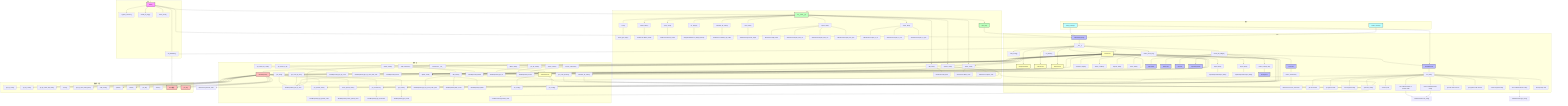
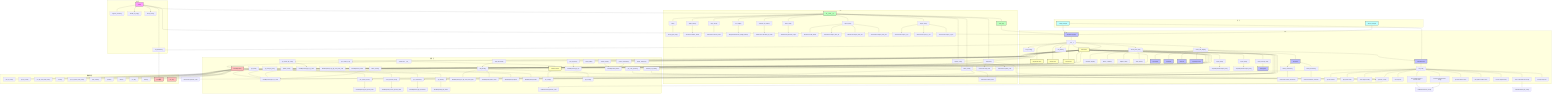
flowchart TD
    subgraph 主入口
        main["main()"] --> init_database["init_database()"]
        main --> register_services["register_services()"]
        main --> handle_cli_args["handle_cli_args()"]
        main --> show_menu["show_menu()"]
    end

    subgraph GUI
        VMTOOLPyQtApp["VMTOOLPyQtApp"] --> __init__["__init__()"]
        __init__ --> load_config["load_config()"]
        __init__ --> create_menu_bar["create_menu_bar()"]
        __init__ --> init_database
        __init__ --> DictService
        __init__ --> WeightCalculator
        __init__ --> FilterService
        __init__ --> StatsService
        __init__ --> set_theme["set_theme()"]
        __init__ --> create_tab_widget["create_tab_widget()"]

        create_menu_bar --> import_data["import_data()"]
        create_menu_bar --> export_data["export_data()"]
        create_menu_bar --> calculate_weight["calculate_weight()"]
        create_menu_bar --> detect_conflicts["detect_conflicts()"]
        create_menu_bar --> migrate_data["migrate_data()"]
        create_menu_bar --> show_about["show_about()"]

        import_data --> ImportExportTab.import_data["ImportExportTab.import_data()"]
        export_data --> ImportExportTab.export_data["ImportExportTab.export_data()"]

        create_tab_widget --> CharsTab["CharsTab"]
        create_tab_widget --> SpecialTab["SpecialTab"]
        create_tab_widget --> WordsTab["WordsTab"]
        create_tab_widget --> StatsTab["StatsTab"]
        create_tab_widget --> ImportExportTab["ImportExportTab"]
        create_tab_widget --> CodeRulesTab["CodeRulesTab"]
        create_tab_widget --> create_settings_tab["create_settings_tab()"]
        create_settings_tab --> SettingsTab["SettingsTab"]

        CharsTab --> search_characters_gui["search_characters()"]
        search_characters_gui --> DictService.search_characters
+ 
+         CharsTab --> delete_character_gui["delete_character()"]
+         delete_character_gui --> DictService.delete_character

        CodeRulesTab --> test_rule["test_rule()"]
        test_rule --> get_rule_content["get rule content"]
        test_rule --> get_python_mode["get python mode"]
        test_rule --> save_original_config["save original config"]
        test_rule --> save_codegen_config["save CodeGenerator config"]
        test_rule --> set_temp_rule["set temp rule"]
        test_rule --> set_codegen_custom["set CodeGenerator to custom mode"]
        test_rule --> generate_code["generate_code()"]
        test_rule --> get_rule_name["get rule name from UI"]
        test_rule --> get_ui_python_mode["get python mode from UI"]
        test_rule --> restore_original_config["restore original config"]
        test_rule --> restore_codegen_config["restore CodeGenerator config"]
        test_rule --> cleanup_temp_rule["cleanup temp rule"]
    end

    subgraph CLI
        CLI_Main["cli/__main__.py"] --> main_cli["main()"]
        main_cli --> show_typer_help["show_typer_help()"]

        CLI_Main --> add_word["add_word()"]
        CLI_Main --> delete_word["delete_word()"]
        CLI_Main --> delete_batch["delete_batch()"]
        CLI_Main --> query_word["query_word()"]
        CLI_Main --> set_weight["set_weight()"]
        CLI_Main --> replace_code["replace_code()"]
        CLI_Main --> calculate_all_codes_cli["calculate_all_codes()"]
        CLI_Main --> show_stats["show_stats()"]
        CLI_Main --> import_data_cli["import_data()"]
        CLI_Main --> export_data_cli["export_data()"]
        CLI_Main --> start_gui["start_gui()"]

        add_word --> DictService.add_word
        delete_word --> DictService.delete_word
        delete_batch --> DictService.delete_words
        query_word --> DictService.search_words
        set_weight --> WeightCalculator.set_weight_directly
        replace_code --> DictService.replace_code
        calculate_all_codes_cli --> DictService.calculate_all_codes
        show_stats --> StatsService.generate_report
        import_data_cli --> DictService.add_words
        import_data_cli --> FilterService.import_from_txt
        import_data_cli --> FilterService.import_from_csv
        import_data_cli --> FilterService.import_from_json
        export_data_cli --> FilterService.export_to_txt
        export_data_cli --> FilterService.export_to_csv
        export_data_cli --> FilterService.export_to_json
        start_gui --> VMTOOLPyQtApp
    end

    subgraph 服务层
        DictService["DictService"] --> __init__["__init__()"]
        DictService.__init__ --> WordRepository
        DictService.__init__ --> CodeGenerator

        DictService --> get_word["get_word()"]
        get_word --> WordRepository.get_by_word

        DictService --> get_word_by_text["get_word_by_text()"]
        get_word_by_text --> WordRepository.get_by_word

        DictService --> get_word_by_id["get_word_by_id()"]

        DictService --> get_words_by_code["get_words_by_code()"]
        get_words_by_code --> WordRepository.get_by_code

        DictService --> get_special_chars["get_special_chars()"]
        get_special_chars --> WordRepository.get_special_chars

        DictService --> count_special_chars["count_special_chars()"]
        count_special_chars --> WordRepository.count_special_chars

        DictService --> get_characters["get_characters()"]
        get_characters --> WordRepository.get_characters

        DictService --> get_words["get_words()"]
        get_words --> WordRepository.get_words

        DictService --> add_word["add_word()"]
        add_word --> generate_code["generate_code()"]
        generate_code --> CodeGenerator.generate_code
        add_word --> WordRepository.get_by_word_and_code
        add_word --> WordRepository.create

        DictService --> add_words["add_words()"]
        add_words --> generate_code
        add_words --> WordRepository.get_by_word_code_pairs
        add_words --> WordRepository.bulk_create

        DictService --> add_characters["add_characters()"]
        add_characters --> add_words

        DictService --> update_word["update_word()"]
        update_word --> WordRepository.get_by_word
        update_word --> WordRepository.update

        DictService --> delete_word["delete_word()"]
        delete_word --> WordRepository.get_by_word
        delete_word --> WordRepository.delete

        DictService --> delete_words["delete_words()"]
        delete_words --> WordRepository.get_by_word
        delete_words --> WordRepository.delete

+         DictService --> delete_character["delete_character()"]
+         delete_character --> delete_word
+ 
        DictService --> delete_table["delete_table()"]

        DictService --> replace_code["replace_code()"]
        replace_code --> update_word

        DictService --> get_all_words["get_all_words()"]
        get_all_words --> WordRepository.get_all

        DictService --> search_words["search_words()"]
        search_words --> WordRepository.search

        DictService --> search_characters["search_characters()"]
        search_characters --> WordRepository.search

        DictService --> get_code_preview["get_code_preview()"]
        get_code_preview --> generate_code

        DictService --> calculate_all_codes["calculate_all_codes()"]
        calculate_all_codes --> generate_code

        WeightCalculator["WeightCalculator"] --> WordRepository
        FilterService["FilterService"] --> WordRepository
        StatsService["StatsService"] --> WordRepository

        CodeGenerator["CodeGenerator"] --> set_config["set_config()"]
        CodeGenerator --> get_config["get_config()"]
    end

    subgraph 数据访问层
        WordRepository["WordRepository"] --> get_by_word["get_by_word()"]
        WordRepository --> get_by_code["get_by_code()"]
        WordRepository --> get_special_chars["get_special_chars()"]
        WordRepository --> count_special_chars["count_special_chars()"]
        WordRepository --> get_characters["get_characters()"]
        WordRepository --> get_words["get_words()"]
        WordRepository --> get_by_word_and_code["get_by_word_and_code()"]
        WordRepository --> create["create()"]
        WordRepository --> get_by_word_code_pairs["get_by_word_code_pairs()"]
        WordRepository --> bulk_create["bulk_create()"]
        WordRepository --> update["update()"]
        WordRepository --> delete["delete()"]
        WordRepository --> get_all["get_all()"]
        WordRepository --> search["search()"]

        WordRepository --> Word["Word模型"]
        WordRepository --> get_db["get_db()"]
        init_database --> Word
    end

    subgraph 核心
        config_manager["config_manager"] --> VMTOOLPyQtApp
        config_manager --> CodeRulesTab
        theme_manager["theme_manager"] --> VMTOOLPyQtApp
    end

    main --> CLI_Main
    main --> VMTOOLPyQtApp
    test_rule --> DictService.generate_code
    set_codegen_custom --> CodeGenerator.set_config
    save_codegen_config --> CodeGenerator.get_config
    restore_codegen_config --> CodeGenerator.set_config

    classDef main fill:#f9f,stroke:#333,stroke-width:2px;
    classDef gui fill:#bbf,stroke:#333,stroke-width:2px;
    classDef cli fill:#bfb,stroke:#333,stroke-width:2px;
    classDef service fill:#ffb,stroke:#333,stroke-width:2px;
    classDef dal fill:#fbb,stroke:#333,stroke-width:2px;
    classDef core fill:#bff,stroke:#333,stroke-width:2px;

    class main main;
    class VMTOOLPyQtApp,CharsTab,SpecialTab,WordsTab,StatsTab,ImportExportTab,CodeRulesTab,SettingsTab gui;
    class CLI_Main,start_gui cli;
    class DictService,WeightCalculator,FilterService,StatsService,CodeGenerator service;
    class WordRepository,Word,get_db,dal dal;
    class config_manager,theme_manager core;